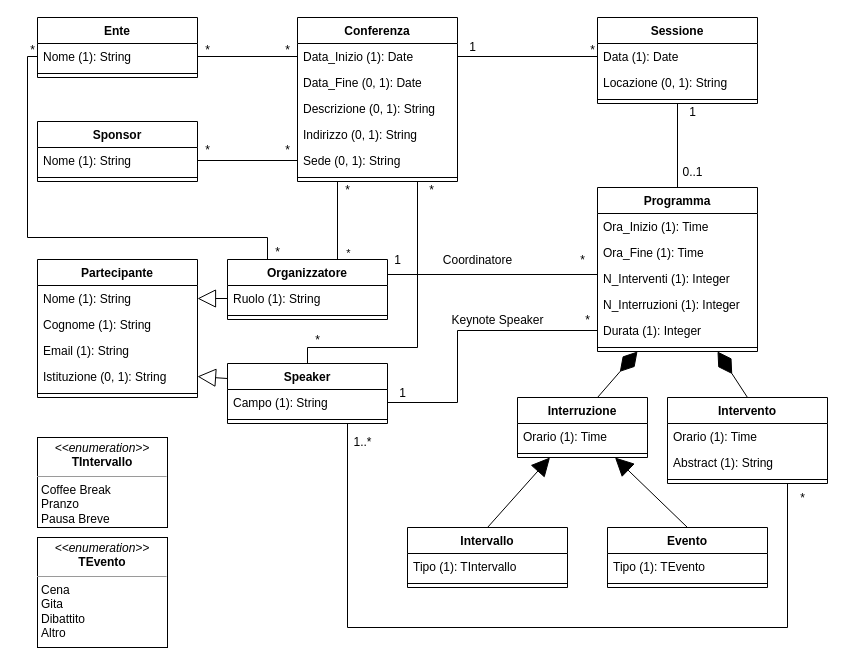
This is page "DiagrammaNonRistrutturato" (1 of 3) of UML-DB/Conferenze.drawio from LeoCucurachi/GestioneConferenze, a draw.io file, before an edit. Source tidied: cells renumbered, new cells numbered last; positions are measured from the earlier drawing's top-left corner, leaving out a move shared by most shapes. Both pictures are drawn from the tidied source at 100%, with x=0, y=0 at pixel (17, 17).
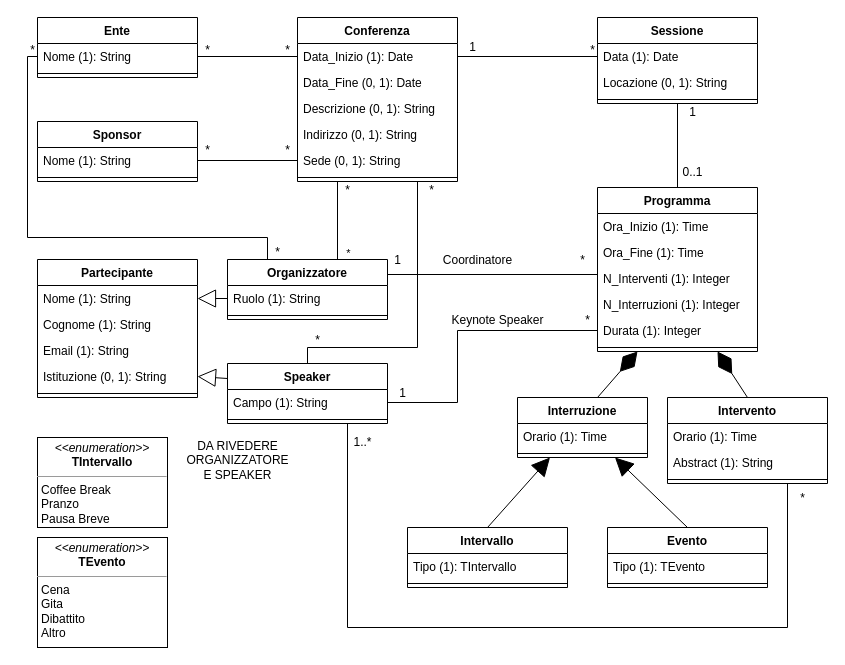
The same diagram, later.

The edit, as a diff of the source:
```diff
@@
+    <mxCell id="91" value="DA RIVEDERE &lt;br&gt;ORGANIZZATORE &lt;br&gt;E SPEAKER" style="text;html=1;align=center;verticalAlign=middle;strokeColor=none;fillColor=none;" parent="1" vertex="1">
+      <mxGeometry x="155" y="413" width="130" height="60" as="geometry" />
+    </mxCell>
```
